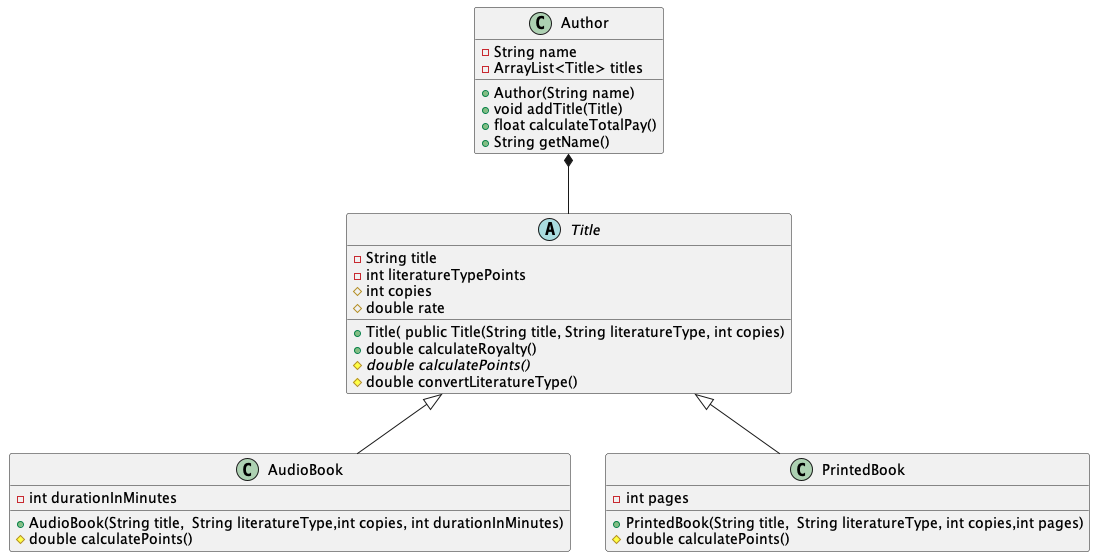
The PlantUML diagram projects/SP2/assets/LibraryRoyalties_easy.png in Dat1Cphbusiness/content, before a commit. Source of this version:
```plantuml
@startuml
class Author{
   - String name
   - ArrayList<Title> titles
   + Author(String name)
   + void addTitle(Title)
   + float calculateTotalPay()
   + String getName()

}

abstract class Title{
     - String title
     - int literatureTypePoints
     # int copies
     # double rate
     + Title( public Title(String title, String literatureType, int copies)
     + double calculateRoyalty()
     # {abstract} double calculatePoints()
     # double convertLiteratureType()
}


class AudioBook extends Title{
    - int durationInMinutes
    + AudioBook(String title,  String literatureType,int copies, int durationInMinutes)
    # double calculatePoints()
}

class PrintedBook extends Title{
    - int pages
    + PrintedBook(String title,  String literatureType, int copies,int pages)
      # double calculatePoints()

}










Author *-- Title


@enduml
```
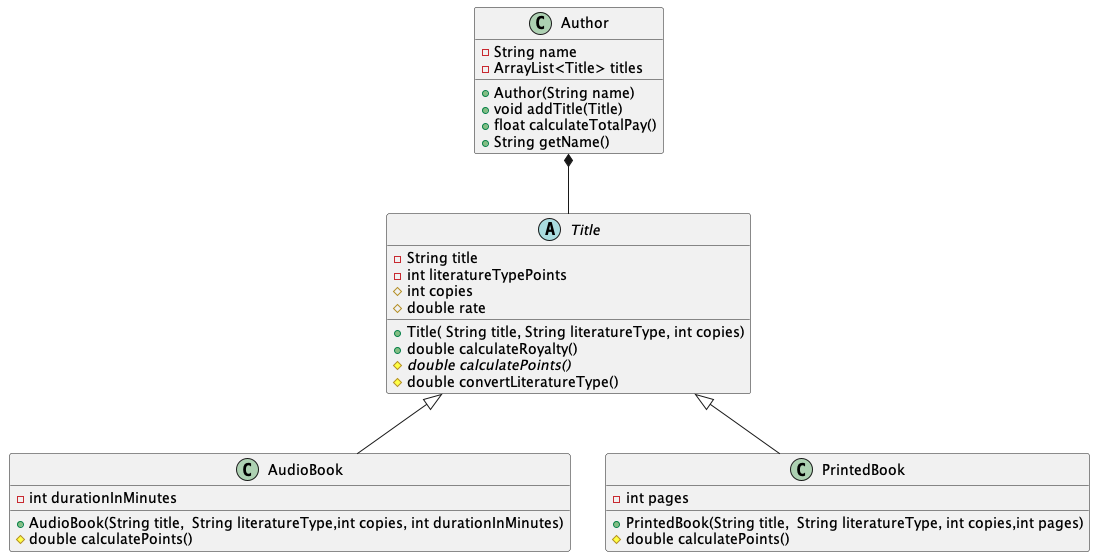
The same diagram one commit later.

Diff of the diagram source:
```diff
@@ -14,7 +14,7 @@
      - int literatureTypePoints
      # int copies
      # double rate
-     + Title( public Title(String title, String literatureType, int copies)
+     + Title( String title, String literatureType, int copies)
      + double calculateRoyalty()
      # {abstract} double calculatePoints()
      # double convertLiteratureType()
```
